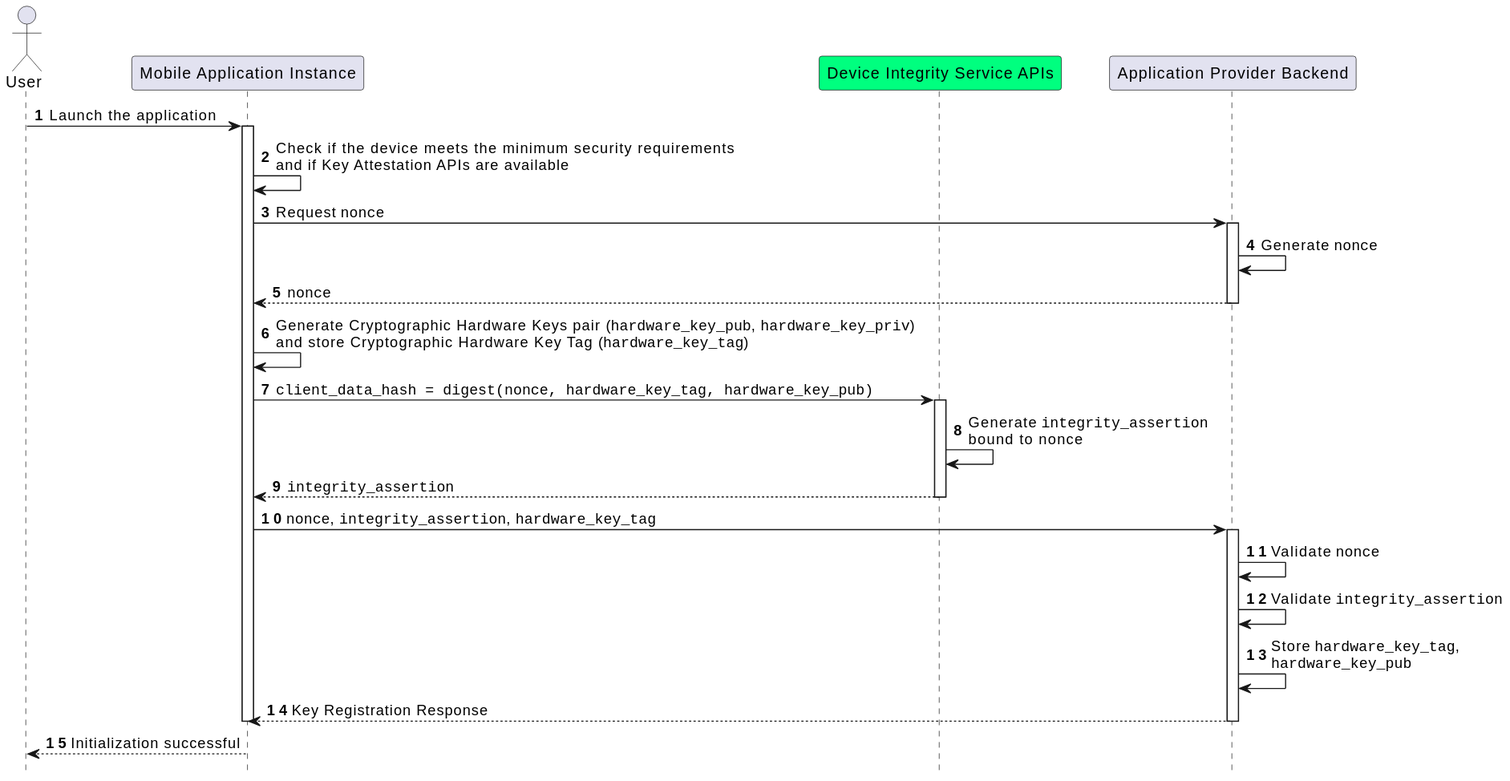
Earlier version of the PlantUML export images/application_instance_initialization.svg (italia/eid-wallet-it-docs).
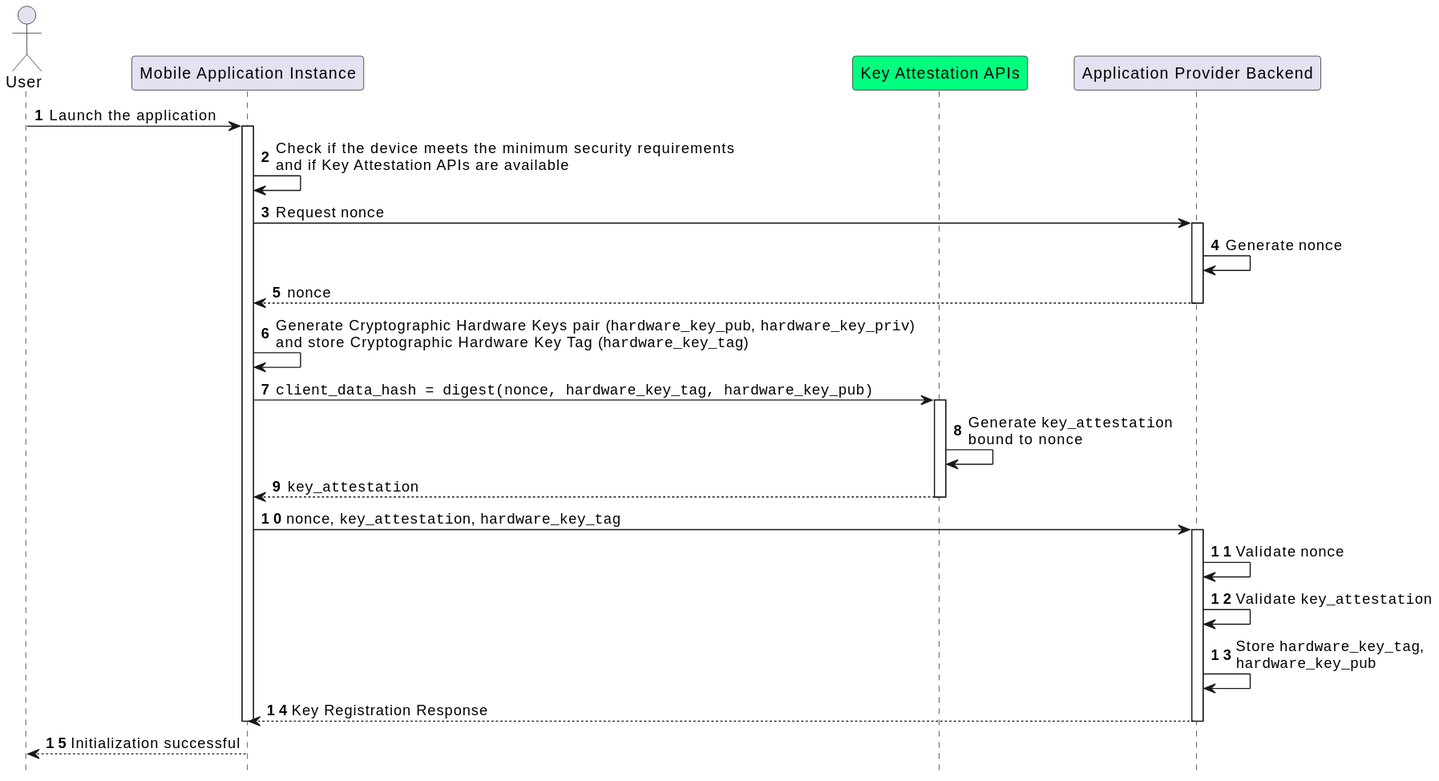
Later version of the same file.

Commit message:
key_att_mobile

The edit, as a diff of the source:
```diff
@@ -4,7 +4,7 @@
 
 actor "User" as user
 participant "Mobile Application Instance" as app
-participant "Device Integrity Service APIs" as aats #springgreen
+participant "Key Attestation APIs" as aats #springgreen
 participant "Application Provider Backend" as bck
 
 user->app: Launch the application
@@ -25,17 +25,17 @@
 app->aats: ""client_data_hash = digest(nonce, hardware_key_tag, hardware_key_pub)""
 activate aats
 
-aats->aats: Generate ""integrity_assertion""\nbound to nonce
+aats->aats: Generate ""key_attestation""\nbound to nonce
 
-aats-->app: ""integrity_assertion""
+aats-->app: ""key_attestation""
 deactivate aats
 
-app->bck: ""nonce"", ""integrity_assertion"", ""hardware_key_tag""
+app->bck: ""nonce"", ""key_attestation"", ""hardware_key_tag""
 activate bck
 
 bck->bck: Validate ""nonce""
 
-bck->bck: Validate ""integrity_assertion""
+bck->bck: Validate ""key_attestation""
 
 bck->bck: Store ""hardware_key_tag"",\n""hardware_key_pub""
 
```
